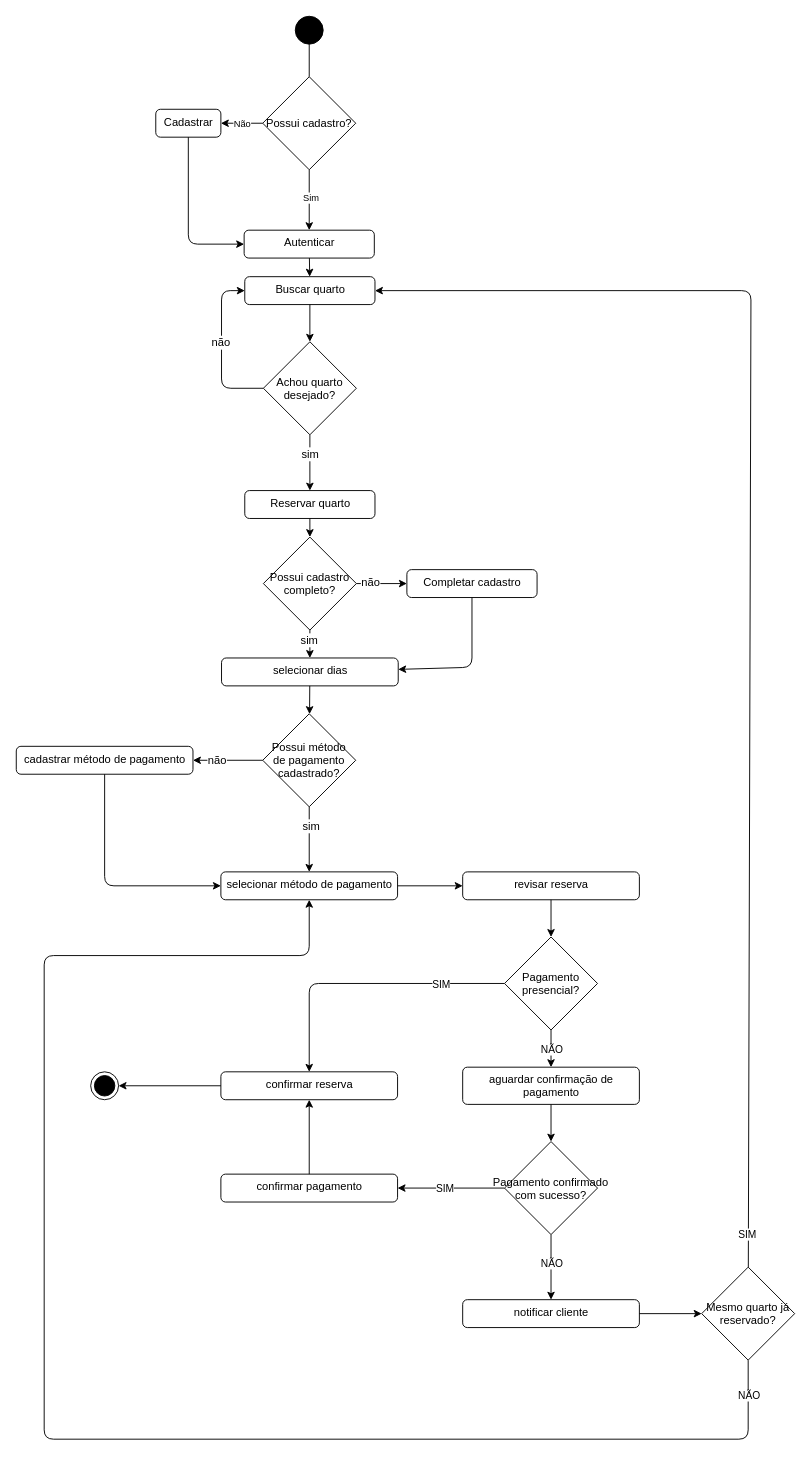
Before: diagramas/atividade/atividade_reserva.drawio in Marco-ACosta/trabalho_hotelaria, a draw.io diagram. Source tidied: cells renumbered, new cells numbered last; positions are measured from the earlier drawing's top-left corner, leaving out a move shared by most shapes. Both pictures are drawn from the tidied source at 93%, with x=0, y=0 at pixel (16, 16).
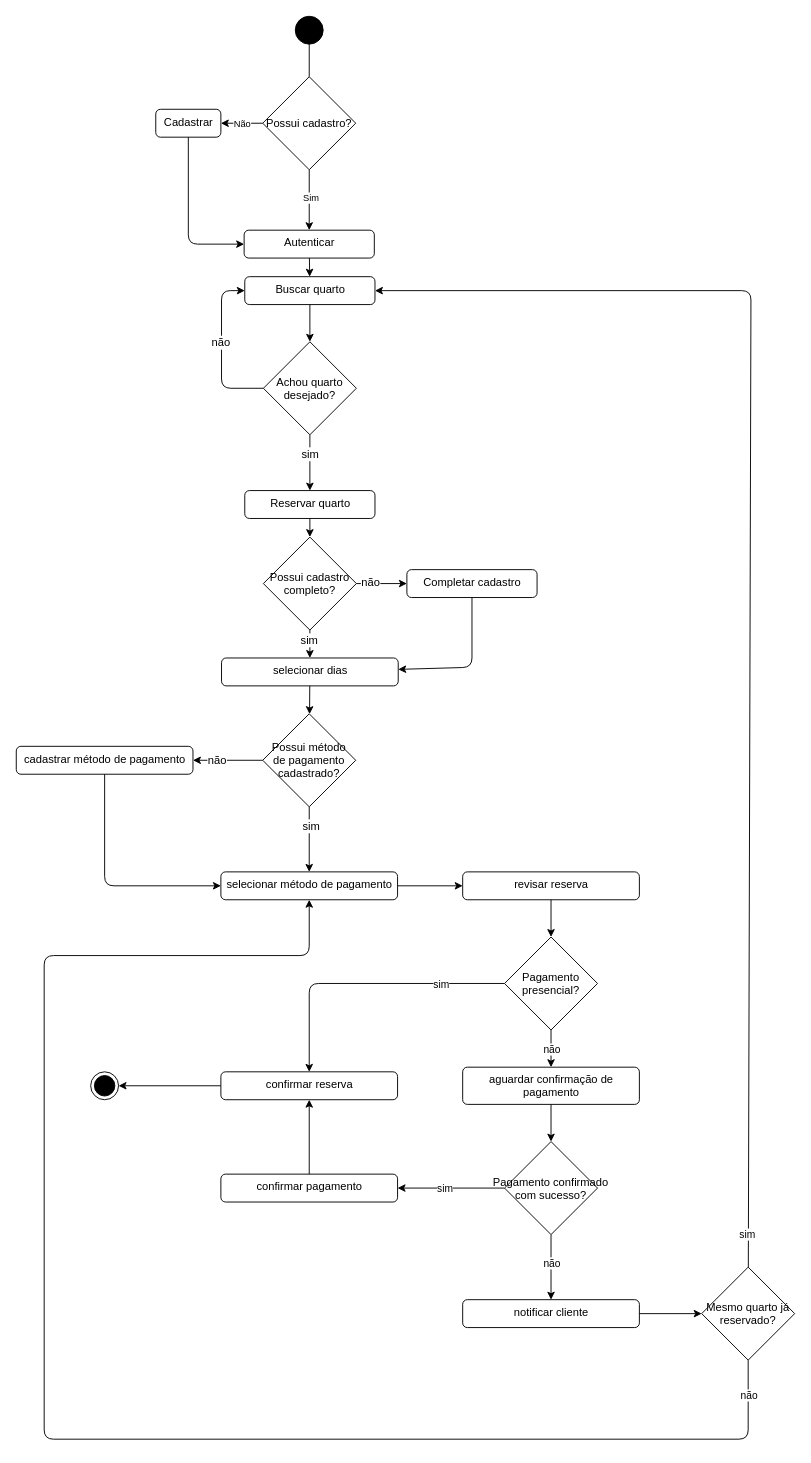
The same diagram, later.

The change refers to these unchanged cells:
```xml
<mxCell id="47" style="edgeStyle=none;html=1;entryX=0.5;entryY=0;entryDx=0;entryDy=0;" parent="1" edge="1" source="51" target="44">
  <mxGeometry relative="1" as="geometry">
    <Array as="points">
      <mxPoint x="315" y="1040" />
    </Array>
  </mxGeometry>
</mxCell>
<mxCell id="49" style="edgeStyle=none;html=1;entryX=0.5;entryY=0;entryDx=0;entryDy=0;" parent="1" edge="1" source="51" target="53">
  <mxGeometry relative="1" as="geometry" />
</mxCell>
<mxCell id="54" style="edgeStyle=none;html=1;entryX=1;entryY=0.5;entryDx=0;entryDy=0;" parent="1" edge="1" source="58" target="42">
  <mxGeometry relative="1" as="geometry" />
</mxCell>
<mxCell id="56" style="edgeStyle=none;html=1;entryX=0.5;entryY=0;entryDx=0;entryDy=0;" parent="1" edge="1" source="58" target="60">
  <mxGeometry relative="1" as="geometry" />
</mxCell>
<mxCell id="61" style="edgeStyle=none;html=1;entryX=1;entryY=0.5;entryDx=0;entryDy=0;" parent="1" edge="1" source="65" target="15">
  <mxGeometry relative="1" as="geometry">
    <Array as="points">
      <mxPoint x="790" y="295" />
    </Array>
  </mxGeometry>
</mxCell>
<mxCell id="63" style="edgeStyle=none;html=1;entryX=0.5;entryY=1;entryDx=0;entryDy=0;" parent="1" edge="1" source="65" target="38">
  <mxGeometry relative="1" as="geometry">
    <Array as="points">
      <mxPoint x="787" y="1530" />
      <mxPoint x="30" y="1530" />
      <mxPoint x="30" y="1010" />
      <mxPoint x="315" y="1010" />
    </Array>
  </mxGeometry>
</mxCell>
```

Change to the diagram source:
```diff
@@
-    <mxCell id="48" value="SIM" style="edgeLabel;html=1;align=center;verticalAlign=middle;" parent="47" vertex="1">
+    <mxCell id="48" value="sim" style="edgeLabel;html=1;align=center;verticalAlign=middle;" parent="47" vertex="1">
       <mxGeometry x="-0.26" y="1" relative="1" as="geometry">
         <mxPoint x="44" y="-1" as="offset" />
       </mxGeometry>
     </mxCell>
@@
-    <mxCell id="50" value="NÃO" style="edgeLabel;html=1;align=center;verticalAlign=middle;" parent="49" vertex="1">
+    <mxCell id="50" value="não" style="edgeLabel;html=1;align=center;verticalAlign=middle;" parent="49" vertex="1">
       <mxGeometry x="-0.61" relative="1" as="geometry">
         <mxPoint y="12" as="offset" />
       </mxGeometry>
     </mxCell>
@@
-    <mxCell id="55" value="SIM" style="edgeLabel;html=1;align=center;verticalAlign=middle;" parent="54" vertex="1">
+    <mxCell id="55" value="sim" style="edgeLabel;html=1;align=center;verticalAlign=middle;" parent="54" vertex="1">
       <mxGeometry x="-0.17" y="1" relative="1" as="geometry">
         <mxPoint x="-17" y="-1" as="offset" />
       </mxGeometry>
     </mxCell>
@@
-    <mxCell id="57" value="NÃO" style="edgeLabel;html=1;align=center;verticalAlign=middle;" parent="56" vertex="1">
+    <mxCell id="57" value="não" style="edgeLabel;html=1;align=center;verticalAlign=middle;" parent="56" vertex="1">
       <mxGeometry x="-0.46" y="3" relative="1" as="geometry">
         <mxPoint x="-3" y="11" as="offset" />
       </mxGeometry>
     </mxCell>
@@
-    <mxCell id="62" value="SIM" style="edgeLabel;html=1;align=center;verticalAlign=middle;" parent="61" vertex="1">
+    <mxCell id="62" value="sim" style="edgeLabel;html=1;align=center;verticalAlign=middle;" parent="61" vertex="1">
       <mxGeometry x="-0.95" y="2" relative="1" as="geometry" />
     </mxCell>
@@
-    <mxCell id="64" value="NÃO" style="edgeLabel;html=1;align=center;verticalAlign=middle;" parent="63" vertex="1">
+    <mxCell id="64" value="não" style="edgeLabel;html=1;align=center;verticalAlign=middle;" parent="63" vertex="1">
       <mxGeometry x="-0.97" y="3" relative="1" as="geometry">
         <mxPoint x="-3" y="11" as="offset" />
       </mxGeometry>
     </mxCell>
```
